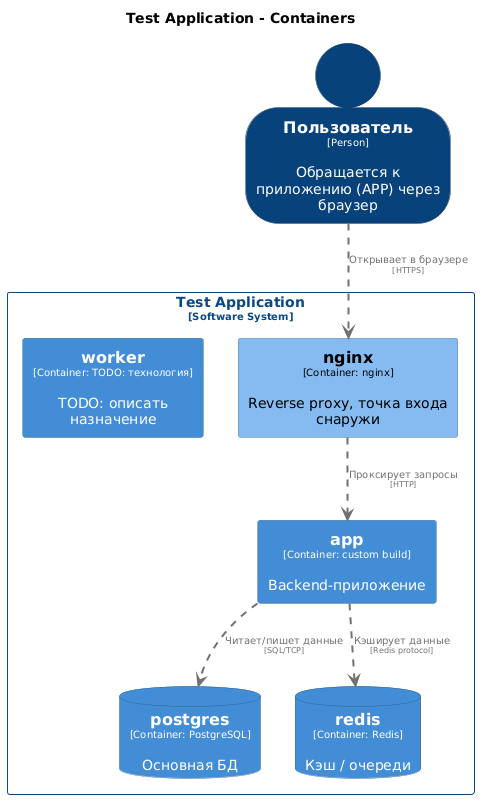
dmitryimalkov/cicd keeps this PlantUML diagram as architecture/diagrams/structurizr-Containers.png. Above is the earlier version.
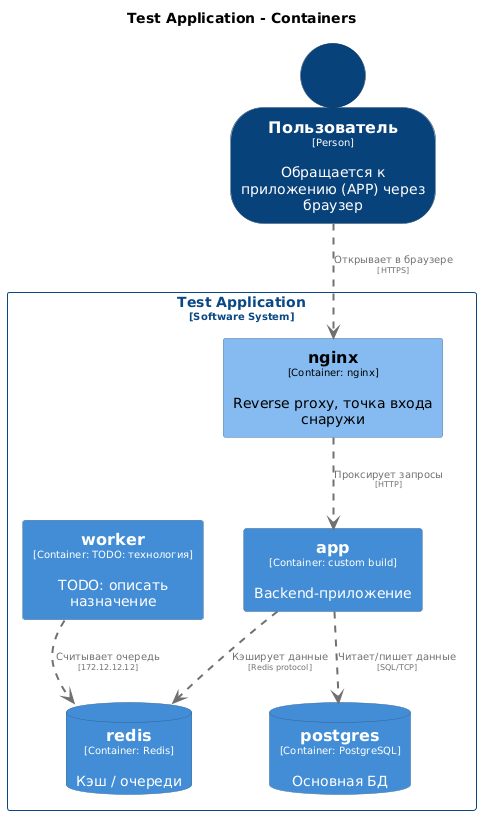
Above is the later version.

Commit message:
docs: auto-sync architecture with docker-compose

What changed in the source:
```diff
@@ -67,6 +67,7 @@
 
 TestApplication.app .[#707070,thickness=2].> TestApplication.postgres : "<color:#707070>Читает/пишет данные\n<color:#707070><size:8>[SQL/TCP]</size>"
 TestApplication.app .[#707070,thickness=2].> TestApplication.redis : "<color:#707070>Кэширует данные\n<color:#707070><size:8>[Redis protocol]</size>"
+TestApplication.worker .[#707070,thickness=2].> TestApplication.redis : "<color:#707070>Считывает очередь\n<color:#707070><size:8>[172.12.12.12]</size>"
 Пользователь .[#707070,thickness=2].> TestApplication.nginx : "<color:#707070>Открывает в браузере\n<color:#707070><size:8>[HTTPS]</size>"
 TestApplication.nginx .[#707070,thickness=2].> TestApplication.app : "<color:#707070>Проксирует запросы\n<color:#707070><size:8>[HTTP]</size>"
 @enduml
```
